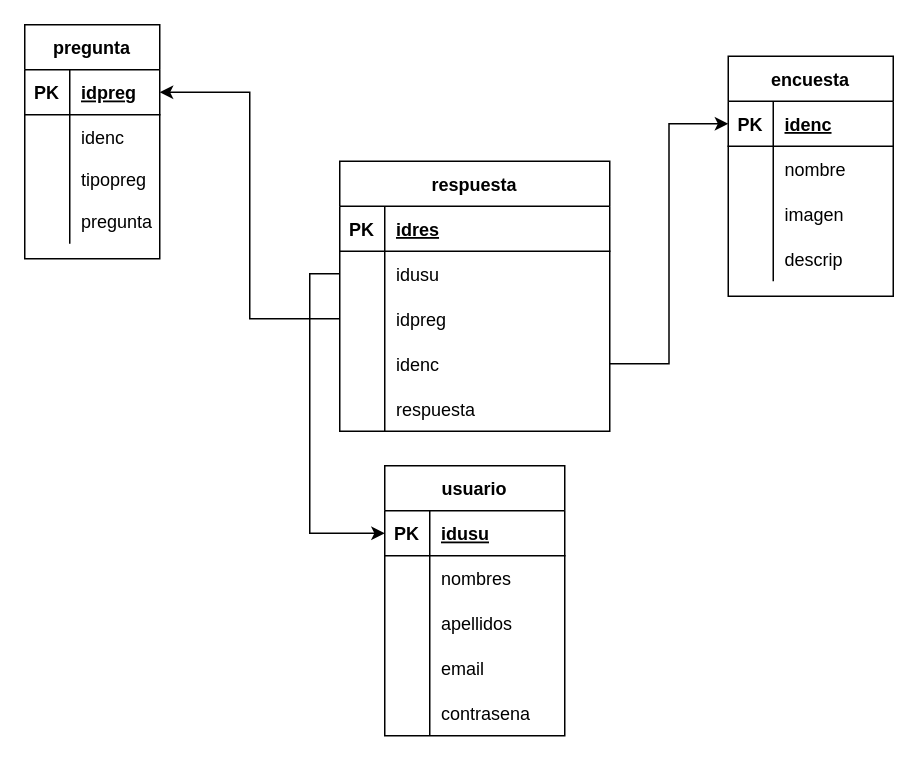
Earlier version of the draw.io diagram MER.drawio (EdisonBernal/app-encuesta). Source tidied: cells renumbered, new cells numbered last; positions are measured from the earlier drawing's top-left corner, leaving out a move shared by most shapes. Both pictures are drawn from the tidied source at 150%, with x=0, y=0 at pixel (24, 24).
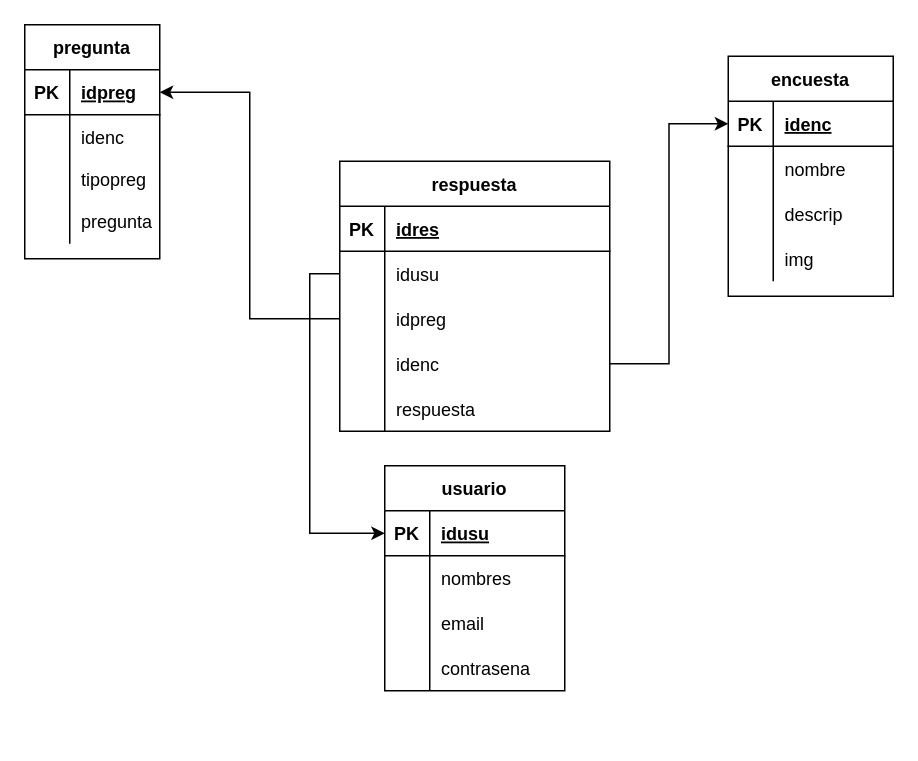
Above is the later version.

The change refers to these unchanged cells:
```xml
<mxCell id="25" style="shape=partialRectangle;fillColor=none;top=0;left=0;bottom=0;right=0;" parent="18" vertex="1">
  <mxGeometry y="90" width="110" height="30" as="geometry" />
</mxCell>
<mxCell id="28" style="shape=partialRectangle;fillColor=none;top=0;left=0;bottom=0;right=0;" parent="18" vertex="1">
  <mxGeometry y="120" width="110" height="30" as="geometry" />
</mxCell>
```

What changed in the source:
```diff
@@
     <mxCell id="2" value="usuario" style="shape=table;startSize=30;childLayout=tableLayout;rowLines=0;fontStyle=1;align=center;" parent="1" vertex="1">
-      <mxGeometry x="240" y="294" width="120" height="180" as="geometry" />
+      <mxGeometry x="240" y="294" width="120" height="150" as="geometry" />
     </mxCell>
@@
-    <mxCell id="9" style="shape=partialRectangle;fillColor=none;top=0;left=0;bottom=0;right=0;" parent="2" vertex="1">
-      <mxGeometry y="90" width="120" height="30" as="geometry" />
-    </mxCell>
-    <mxCell id="10" style="shape=partialRectangle;fillColor=none;top=0;left=0;bottom=0;right=0;overflow=hidden;" parent="9" vertex="1">
-      <mxGeometry width="30" height="30" as="geometry" />
-    </mxCell>
-    <mxCell id="11" value="apellidos" style="shape=partialRectangle;fillColor=none;top=0;left=0;bottom=0;right=0;align=left;spacingLeft=6;overflow=hidden;" parent="9" vertex="1">
-      <mxGeometry x="30" width="90" height="30" as="geometry" />
-    </mxCell>
     <mxCell id="12" style="shape=partialRectangle;fillColor=none;top=0;left=0;bottom=0;right=0;" parent="2" vertex="1">
-      <mxGeometry y="120" width="120" height="30" as="geometry" />
+      <mxGeometry y="90" width="120" height="30" as="geometry" />
     </mxCell>
@@
     <mxCell id="15" style="shape=partialRectangle;fillColor=none;top=0;left=0;bottom=0;right=0;" parent="2" vertex="1">
-      <mxGeometry y="150" width="120" height="30" as="geometry" />
+      <mxGeometry y="120" width="120" height="30" as="geometry" />
     </mxCell>
@@
-    <mxCell id="27" value="imagen" style="shape=partialRectangle;fillColor=none;top=0;left=0;bottom=0;right=0;align=left;spacingLeft=6;overflow=hidden;" parent="25" vertex="1">
+    <mxCell id="27" value="descrip" style="shape=partialRectangle;fillColor=none;top=0;left=0;bottom=0;right=0;align=left;spacingLeft=6;overflow=hidden;" parent="25" vertex="1">
       <mxGeometry x="30" width="80" height="30" as="geometry" />
     </mxCell>
@@
-    <mxCell id="30" value="descrip" style="shape=partialRectangle;fillColor=none;top=0;left=0;bottom=0;right=0;align=left;spacingLeft=6;overflow=hidden;" parent="28" vertex="1">
+    <mxCell id="30" value="img" style="shape=partialRectangle;fillColor=none;top=0;left=0;bottom=0;right=0;align=left;spacingLeft=6;overflow=hidden;" parent="28" vertex="1">
       <mxGeometry x="30" width="80" height="30" as="geometry" />
     </mxCell>
```
